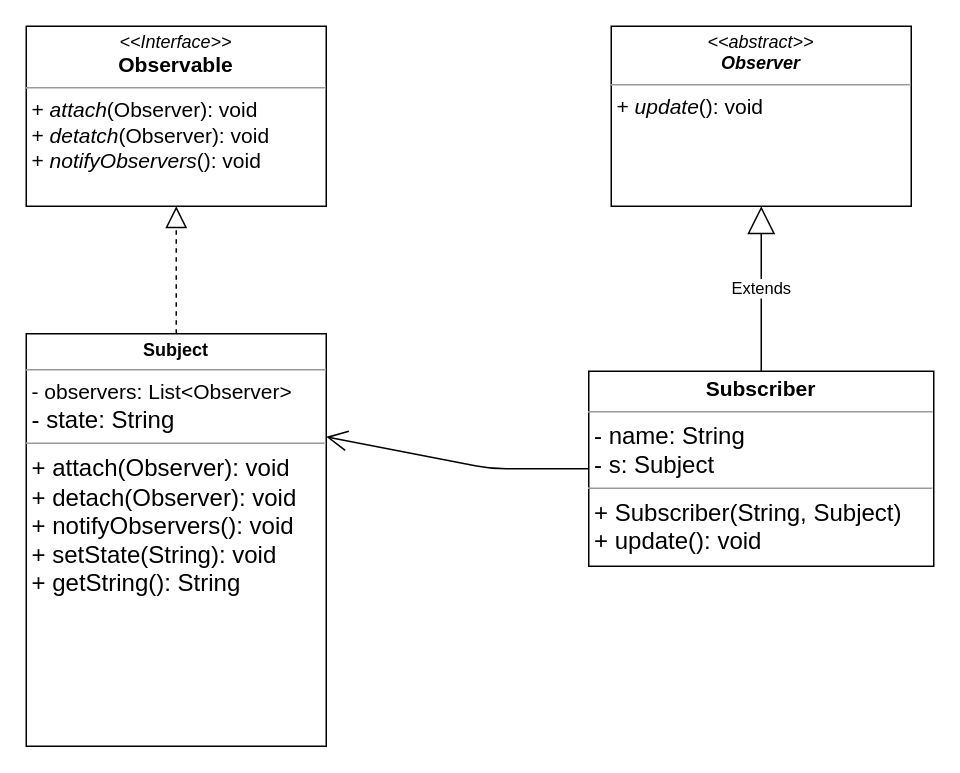
This is com/cc/java/observer/observer_class_pull.drawio from cjanta/02_Design_Patterns, a draw.io file, before an edit. Source tidied: cells renumbered, new cells numbered last; positions are measured from the earlier drawing's top-left corner, leaving out a move shared by most shapes. Both pictures are drawn from the tidied source at 150%, with x=0, y=0 at pixel (26, 26).
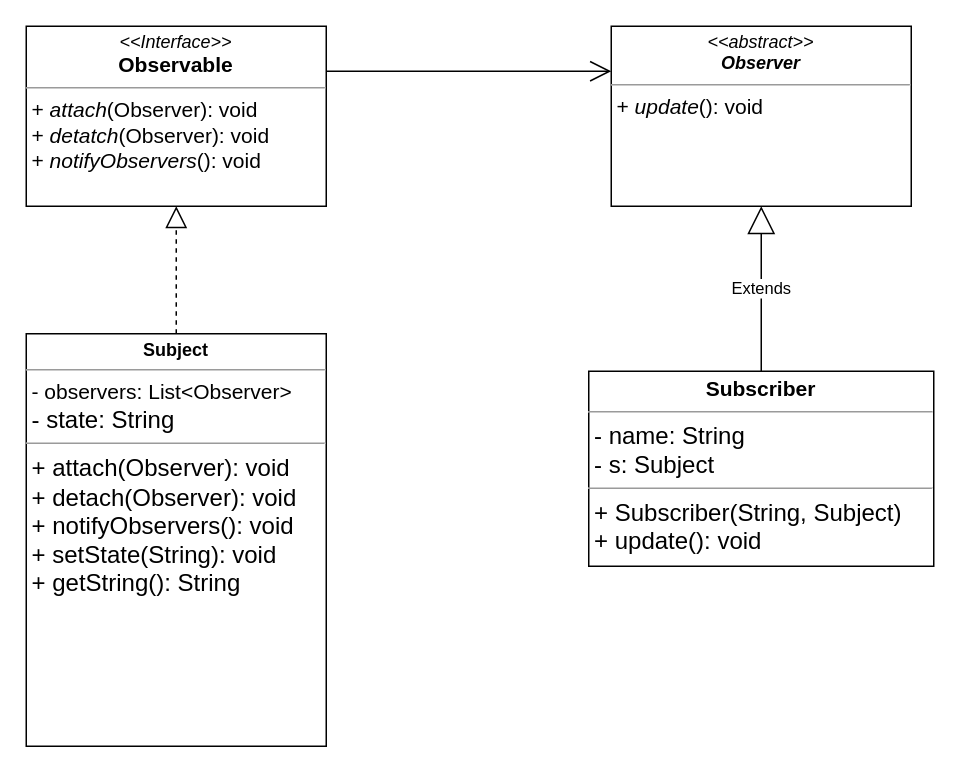
The same page after the edit.

The edit, as a diff of the source:
```diff
@@
 <mxGraphModel>
   <root>
     <mxCell id="0" />
     <mxCell id="1" parent="0" />
     <mxCell id="2" value="&lt;p style=&quot;margin: 0px ; margin-top: 4px ; text-align: center&quot;&gt;&lt;b&gt;&lt;font style=&quot;font-size: 14px&quot;&gt;Subscriber&lt;/font&gt;&lt;/b&gt;&lt;/p&gt;&lt;hr size=&quot;1&quot;&gt;&lt;p style=&quot;margin: 0px ; margin-left: 4px&quot;&gt;&lt;font size=&quot;3&quot;&gt;- name: String&lt;/font&gt;&lt;/p&gt;&lt;p style=&quot;margin: 0px ; margin-left: 4px&quot;&gt;&lt;font size=&quot;3&quot;&gt;- s: Subject&lt;/font&gt;&lt;/p&gt;&lt;hr size=&quot;1&quot;&gt;&lt;p style=&quot;margin: 0px ; margin-left: 4px&quot;&gt;&lt;font size=&quot;3&quot;&gt;+ Subscriber(String, Subject)&lt;/font&gt;&lt;/p&gt;&lt;p style=&quot;margin: 0px ; margin-left: 4px&quot;&gt;&lt;font size=&quot;3&quot;&gt;+&amp;nbsp;&lt;/font&gt;&lt;span style=&quot;background-color: initial; font-size: medium;&quot;&gt;update&lt;/span&gt;&lt;font style=&quot;background-color: initial;&quot; size=&quot;3&quot;&gt;(): void&lt;/font&gt;&lt;/p&gt;&lt;p style=&quot;margin: 0px ; margin-left: 4px&quot;&gt;&lt;br&gt;&lt;/p&gt;&lt;p style=&quot;margin: 0px ; margin-left: 4px&quot;&gt;&lt;font size=&quot;3&quot;&gt;&lt;br&gt;&lt;/font&gt;&lt;/p&gt;&lt;p style=&quot;margin: 0px ; margin-left: 4px&quot;&gt;&lt;font size=&quot;3&quot;&gt;&lt;br&gt;&lt;/font&gt;&lt;/p&gt;&lt;p style=&quot;margin: 0px ; margin-left: 4px&quot;&gt;&lt;br&gt;&lt;/p&gt;&lt;p style=&quot;margin: 0px ; margin-left: 4px&quot;&gt;&lt;br&gt;&lt;/p&gt;&lt;p style=&quot;margin: 0px ; margin-left: 4px&quot;&gt;&lt;br&gt;&lt;/p&gt;" style="verticalAlign=top;align=left;overflow=fill;fontSize=12;fontFamily=Helvetica;html=1;" parent="1" vertex="1">
       <mxGeometry x="375" y="230" width="230" height="130" as="geometry" />
     </mxCell>
     <mxCell id="3" style="edgeStyle=orthogonalEdgeStyle;rounded=0;orthogonalLoop=1;jettySize=auto;html=1;exitX=0.5;exitY=1;exitDx=0;exitDy=0;" parent="1" edge="1" source="2" target="2">
       <mxGeometry relative="1" as="geometry" />
     </mxCell>
     <mxCell id="4" value="&lt;p style=&quot;margin: 0px ; margin-top: 4px ; text-align: center&quot;&gt;&lt;b&gt;&lt;font style=&quot;font-size: 12px&quot;&gt;Subject&lt;/font&gt;&lt;/b&gt;&lt;/p&gt;&lt;hr size=&quot;1&quot;&gt;&lt;p style=&quot;margin: 0px ; margin-left: 4px&quot;&gt;&lt;font style=&quot;font-size: 14px&quot;&gt;- observers: List&amp;lt;Observer&amp;gt;&lt;/font&gt;&lt;/p&gt;&lt;p style=&quot;margin: 0px ; margin-left: 4px&quot;&gt;&lt;font size=&quot;3&quot;&gt;- state: String&lt;/font&gt;&lt;/p&gt;&lt;hr size=&quot;1&quot;&gt;&lt;p style=&quot;margin: 0px ; margin-left: 4px&quot;&gt;&lt;font size=&quot;3&quot;&gt;+&amp;nbsp;attach(Observer): void&lt;/font&gt;&lt;/p&gt;&lt;p style=&quot;margin: 0px ; margin-left: 4px&quot;&gt;&lt;font size=&quot;3&quot;&gt;+ detach&lt;/font&gt;&lt;font size=&quot;3&quot;&gt;(Observer): void&lt;br&gt;+ notifyObservers(): void&lt;/font&gt;&lt;/p&gt;&lt;p style=&quot;margin: 0px ; margin-left: 4px&quot;&gt;&lt;font size=&quot;3&quot;&gt;+ setState(String): void&lt;/font&gt;&lt;/p&gt;&lt;p style=&quot;margin: 0px ; margin-left: 4px&quot;&gt;&lt;font size=&quot;3&quot;&gt;+ getString(): String&lt;/font&gt;&lt;/p&gt;&lt;br&gt;&lt;p style=&quot;margin: 0px ; margin-left: 4px&quot;&gt;&lt;font size=&quot;3&quot;&gt;&lt;br&gt;&lt;/font&gt;&lt;/p&gt;&lt;p style=&quot;margin: 0px ; margin-left: 4px&quot;&gt;&lt;font size=&quot;3&quot;&gt;&lt;br&gt;&lt;/font&gt;&lt;/p&gt;&lt;p style=&quot;margin: 0px ; margin-left: 4px&quot;&gt;&lt;br&gt;&lt;/p&gt;&lt;p style=&quot;margin: 0px ; margin-left: 4px&quot;&gt;&lt;br&gt;&lt;/p&gt;&lt;p style=&quot;margin: 0px ; margin-left: 4px&quot;&gt;&lt;br&gt;&lt;/p&gt;" style="verticalAlign=top;align=left;overflow=fill;fontSize=12;fontFamily=Helvetica;html=1;" parent="1" vertex="1">
       <mxGeometry y="205" width="200" height="275" as="geometry" />
     </mxCell>
     <mxCell id="5" style="edgeStyle=orthogonalEdgeStyle;rounded=0;orthogonalLoop=1;jettySize=auto;html=1;exitX=0.5;exitY=1;exitDx=0;exitDy=0;" parent="1" edge="1">
       <mxGeometry relative="1" as="geometry">
         <mxPoint x="290" y="240" as="sourcePoint" />
         <mxPoint x="290" y="240" as="targetPoint" />
       </mxGeometry>
     </mxCell>
     <mxCell id="6" value="&lt;p style=&quot;margin: 0px ; margin-top: 4px ; text-align: center&quot;&gt;&lt;i&gt;&amp;lt;&amp;lt;Interface&amp;gt;&amp;gt;&lt;/i&gt;&lt;br&gt;&lt;b&gt;&lt;font style=&quot;font-size: 14px&quot;&gt;Observable&lt;/font&gt;&lt;/b&gt;&lt;/p&gt;&lt;hr size=&quot;1&quot;&gt;&lt;p style=&quot;margin: 0px ; margin-left: 4px&quot;&gt;&lt;font style=&quot;font-size: 14px&quot;&gt;+ &lt;i&gt;attach&lt;/i&gt;(Observer): void&lt;br&gt;+ &lt;i&gt;detatch&lt;/i&gt;(Observer): void&lt;br&gt;&lt;/font&gt;&lt;/p&gt;&lt;p style=&quot;margin: 0px ; margin-left: 4px&quot;&gt;&lt;font style=&quot;font-size: 14px&quot;&gt;+ &lt;i&gt;notifyObservers&lt;/i&gt;(): void&lt;/font&gt;&lt;br&gt;&lt;/p&gt;" style="verticalAlign=top;align=left;overflow=fill;fontSize=12;fontFamily=Helvetica;html=1;" parent="1" vertex="1">
       <mxGeometry width="200" height="120" as="geometry" />
     </mxCell>
     <mxCell id="7" value="&lt;p style=&quot;margin: 0px ; margin-top: 4px ; text-align: center&quot;&gt;&lt;i&gt;&amp;lt;&amp;lt;abstract&amp;gt;&amp;gt;&lt;/i&gt;&lt;br&gt;&lt;b&gt;&lt;i&gt;Observer&lt;/i&gt;&lt;/b&gt;&lt;/p&gt;&lt;hr size=&quot;1&quot;&gt;&lt;p style=&quot;margin: 0px ; margin-left: 4px&quot;&gt;&lt;span style=&quot;font-size: 14px&quot;&gt;+ &lt;/span&gt;&lt;i style=&quot;font-size: 14px&quot;&gt;update&lt;/i&gt;&lt;span style=&quot;font-size: 14px&quot;&gt;(): void&lt;/span&gt;&lt;br&gt;&lt;/p&gt;" style="verticalAlign=top;align=left;overflow=fill;fontSize=12;fontFamily=Helvetica;html=1;" parent="1" vertex="1">
       <mxGeometry x="390" width="200" height="120" as="geometry" />
     </mxCell>
     <mxCell id="8" style="endArrow=block;dashed=1;endFill=0;endSize=12;html=1;exitX=0.5;exitY=0;exitDx=0;exitDy=0;entryX=0.5;entryY=1;entryDx=0;entryDy=0;" parent="1" edge="1" source="4" target="6">
       <mxGeometry relative="1" as="geometry" />
     </mxCell>
     <mxCell id="9" value="Extends" style="endArrow=block;endSize=16;endFill=0;html=1;exitX=0.5;exitY=0;exitDx=0;exitDy=0;entryX=0.5;entryY=1;entryDx=0;entryDy=0;" parent="1" edge="1" source="2" target="7">
       <mxGeometry relative="1" as="geometry" />
     </mxCell>
-    <mxCell id="10" style="endArrow=open;endFill=1;endSize=12;html=1;exitX=0;exitY=0.5;exitDx=0;exitDy=0;entryX=1;entryY=0.25;entryDx=0;entryDy=0;" parent="1" edge="1" source="2" target="4">
-      <mxGeometry relative="1" as="geometry">
-        <Array as="points">
-          <mxPoint x="310" y="295" />
-        </Array>
-      </mxGeometry>
-    </mxCell>
+    <mxCell id="11" style="endArrow=open;endFill=1;endSize=12;html=1;exitX=1;exitY=0.25;exitDx=0;exitDy=0;entryX=0;entryY=0.25;entryDx=0;entryDy=0;" parent="1" edge="1" source="6" target="7">
+      <mxGeometry relative="1" as="geometry" />
+    </mxCell>
   </root>
 </mxGraphModel>
```
